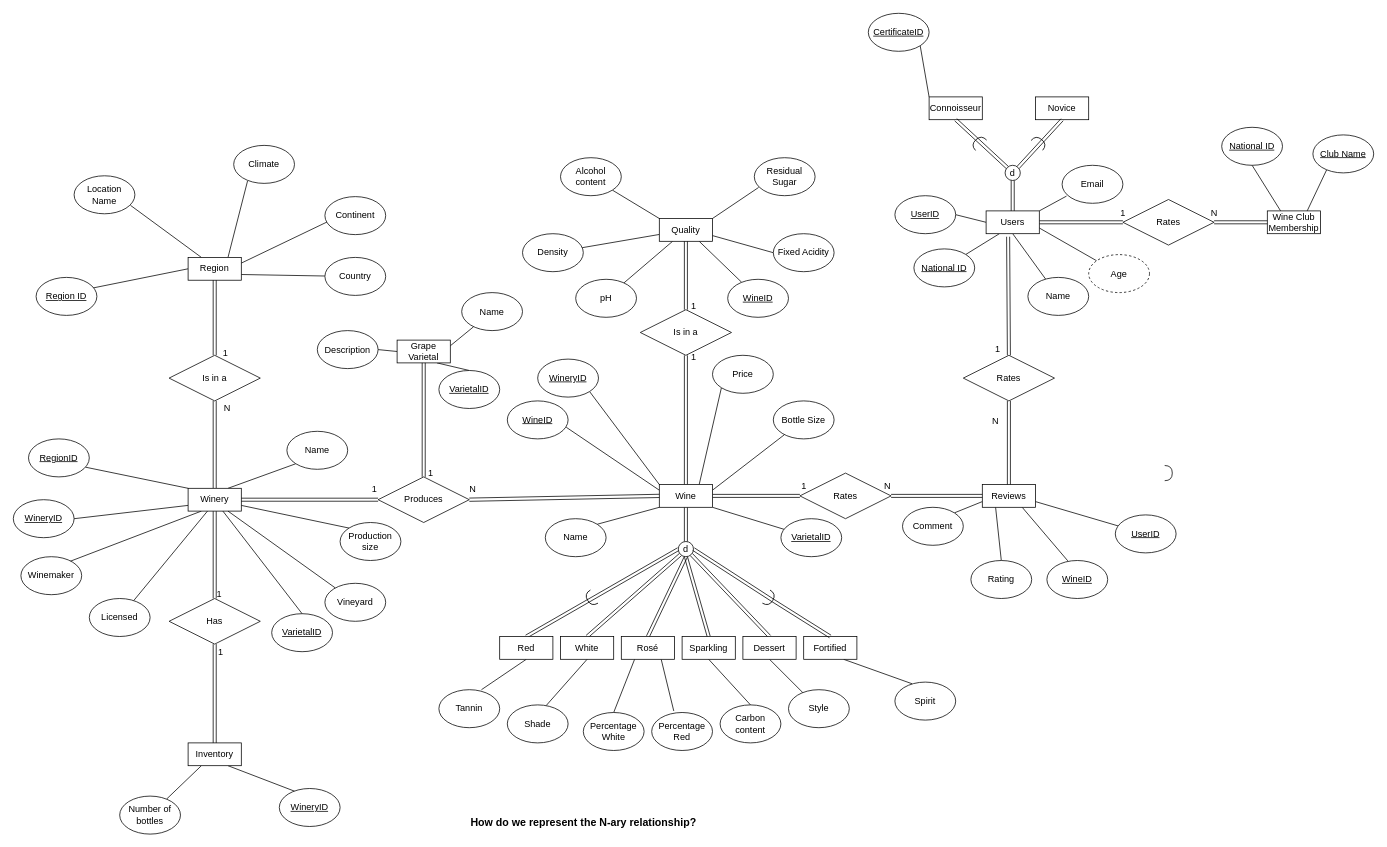
Rethakgetse-Manaka/Wine-Registry keeps this draw.io diagram as Final EER.drawio. Above is the earlier version. Source tidied: cells renumbered, new cells numbered last; positions are measured from the earlier drawing's top-left corner, leaving out a move shared by most shapes. Both pictures are drawn from the tidied source at 76%, with x=0, y=0 at pixel (13, 13).
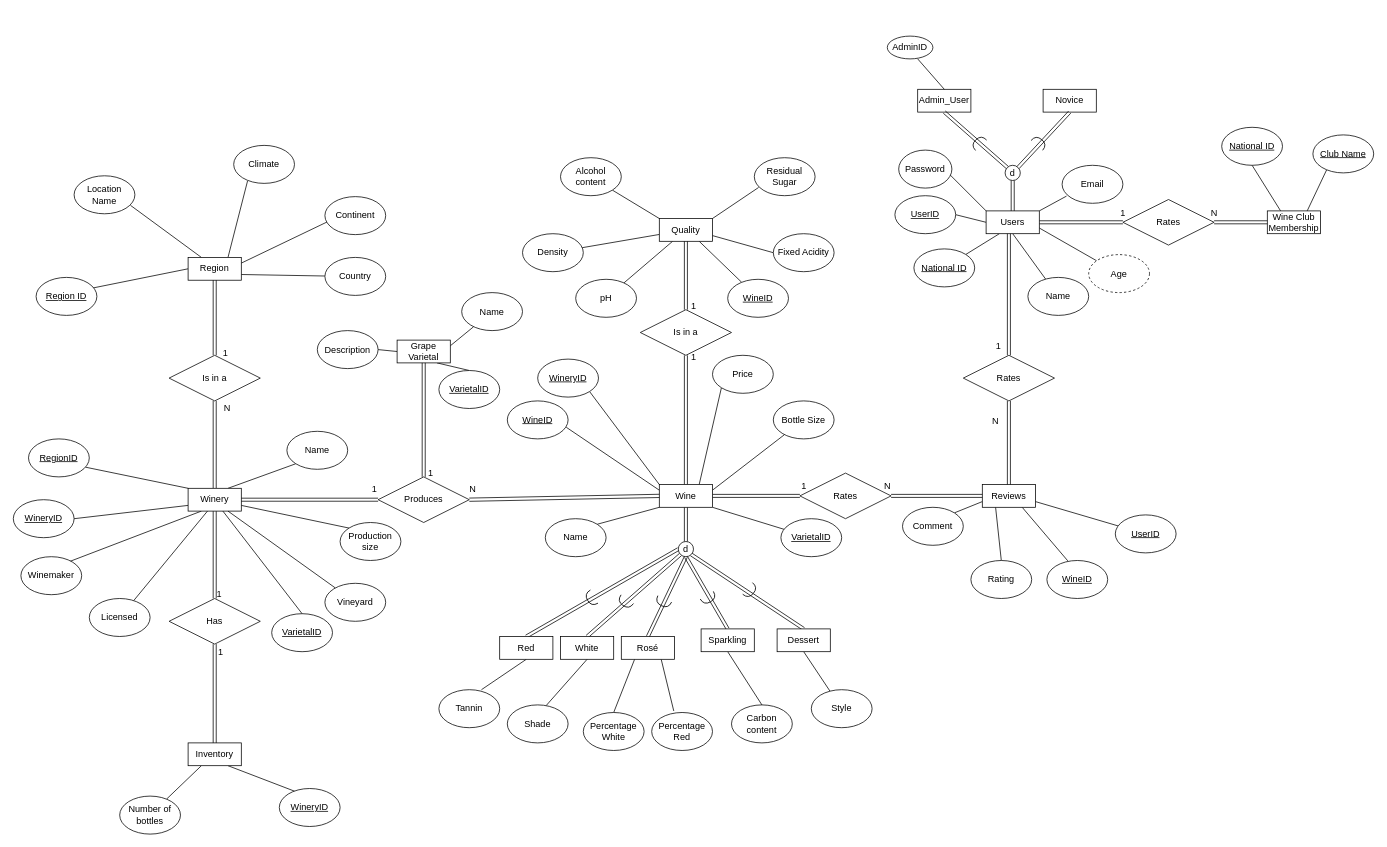
The same page after the edit.

The change refers to these unchanged cells:
```xml
<mxCell id="8" value="Users" style="rounded=0;whiteSpace=wrap;html=1;" parent="1" vertex="1">
  <mxGeometry x="1280" y="260" width="70" height="30" as="geometry" />
</mxCell>
<mxCell id="128" value="Rates" style="shape=rhombus;perimeter=rhombusPerimeter;whiteSpace=wrap;html=1;align=center;" parent="1" vertex="1">
  <mxGeometry x="1250" y="450" width="120" height="60" as="geometry" />
</mxCell>
<mxCell id="167" value="d" style="ellipse;whiteSpace=wrap;html=1;" parent="1" vertex="1">
  <mxGeometry x="875" y="695" width="20" height="20" as="geometry" />
</mxCell>
```

Diff of the diagram source:
```diff
@@
-    <mxCell id="11" style="edgeStyle=none;rounded=0;jettySize=auto;html=1;exitX=0;exitY=0;exitDx=0;exitDy=0;entryX=1;entryY=1;entryDx=0;entryDy=0;endArrow=none;endFill=0;" parent="1" edge="1" source="12" target="89">
-      <mxGeometry relative="1" as="geometry" />
-    </mxCell>
-    <mxCell id="12" value="Connoisseur" style="rounded=0;whiteSpace=wrap;html=1;" parent="1" vertex="1">
-      <mxGeometry x="1205" y="110" width="70" height="30" as="geometry" />
+    <mxCell id="12" value="Admin_User" style="rounded=0;whiteSpace=wrap;html=1;" parent="1" vertex="1">
+      <mxGeometry x="1190" y="100" width="70" height="30" as="geometry" />
     </mxCell>
     <mxCell id="13" value="Novice" style="rounded=0;whiteSpace=wrap;html=1;" parent="1" vertex="1">
-      <mxGeometry x="1345" y="110" width="70" height="30" as="geometry" />
+      <mxGeometry x="1355" y="100" width="70" height="30" as="geometry" />
     </mxCell>
@@
     <mxCell id="55" value="Dessert" style="rounded=0;whiteSpace=wrap;html=1;" parent="1" vertex="1">
-      <mxGeometry x="960" y="820" width="70" height="30" as="geometry" />
+      <mxGeometry x="1005" y="810" width="70" height="30" as="geometry" />
     </mxCell>
-    <mxCell id="56" style="edgeStyle=none;rounded=0;jettySize=auto;html=1;exitX=0.75;exitY=1;exitDx=0;exitDy=0;entryX=0.281;entryY=0.043;entryDx=0;entryDy=0;entryPerimeter=0;endArrow=none;endFill=0;" parent="1" edge="1" source="57" target="107">
-      <mxGeometry relative="1" as="geometry" />
-    </mxCell>
-    <mxCell id="57" value="Fortified" style="rounded=0;whiteSpace=wrap;html=1;" parent="1" vertex="1">
-      <mxGeometry x="1040" y="820" width="70" height="30" as="geometry" />
-    </mxCell>
@@
     <mxCell id="67" value="Sparkling" style="rounded=0;whiteSpace=wrap;html=1;" parent="1" vertex="1">
-      <mxGeometry x="880" y="820" width="70" height="30" as="geometry" />
+      <mxGeometry x="905" y="810" width="70" height="30" as="geometry" />
     </mxCell>
@@
-    <mxCell id="89" value="&lt;span class=&quot;custom-cursor-default-hover&quot;&gt;&lt;u&gt;CertificateID&lt;/u&gt;&lt;/span&gt;" style="ellipse;whiteSpace=wrap;html=1;" parent="1" vertex="1">
-      <mxGeometry x="1125" width="80" height="50" as="geometry" />
-    </mxCell>
@@
     <mxCell id="106" value="&lt;span class=&quot;custom-cursor-default-hover&quot;&gt;Style&lt;/span&gt;" style="ellipse;whiteSpace=wrap;html=1;" parent="1" vertex="1">
-      <mxGeometry x="1020" y="890" width="80" height="50" as="geometry" />
+      <mxGeometry x="1050" y="890" width="80" height="50" as="geometry" />
     </mxCell>
-    <mxCell id="107" value="&lt;span class=&quot;custom-cursor-default-hover&quot;&gt;Spirit&lt;/span&gt;" style="ellipse;whiteSpace=wrap;html=1;" parent="1" vertex="1">
-      <mxGeometry x="1160" y="880" width="80" height="50" as="geometry" />
-    </mxCell>
@@
-    <mxCell id="129" style="shape=link;html=1;rounded=0;exitX=0.5;exitY=0;exitDx=0;exitDy=0;entryX=0.414;entryY=1.133;entryDx=0;entryDy=0;entryPerimeter=0;" parent="1" edge="1" source="128" target="8">
-      <mxGeometry relative="1" as="geometry" />
+    <mxCell id="129" style="shape=link;html=1;rounded=0;exitX=0.5;exitY=0;exitDx=0;exitDy=0;" parent="1" edge="1" source="128">
+      <mxGeometry relative="1" as="geometry">
+        <mxPoint x="1310" y="290" as="targetPoint" />
+      </mxGeometry>
     </mxCell>
@@
-    <mxCell id="143" value="&lt;font size=&quot;1&quot; style=&quot;&quot;&gt;&lt;b class=&quot;custom-cursor-default-hover&quot; style=&quot;font-size: 14px;&quot;&gt;How do we represent the N-ary relationship?&lt;/b&gt;&lt;/font&gt;" style="text;html=1;align=center;verticalAlign=middle;strokeColor=none;fillColor=none;strokeWidth=1;" parent="1" vertex="1">
-      <mxGeometry x="590" y="1050" width="320" height="30" as="geometry" />
-    </mxCell>
@@
     <mxCell id="164" value="&lt;span class=&quot;custom-cursor-default-hover&quot;&gt;Carbon content&lt;/span&gt;" style="ellipse;whiteSpace=wrap;html=1;" parent="1" vertex="1">
-      <mxGeometry x="930" y="910" width="80" height="50" as="geometry" />
+      <mxGeometry x="945" y="910" width="80" height="50" as="geometry" />
     </mxCell>
@@
-    <mxCell id="169" style="edgeStyle=none;rounded=0;jettySize=auto;html=1;exitX=1;exitY=0.5;exitDx=0;exitDy=0;exitPerimeter=0;entryX=0.5;entryY=0;entryDx=0;entryDy=0;shape=link;" parent="1" edge="1" source="171" target="57">
-      <mxGeometry relative="1" as="geometry" />
-    </mxCell>
-    <mxCell id="170" style="edgeStyle=none;rounded=0;jettySize=auto;html=1;exitX=1;exitY=0.5;exitDx=0;exitDy=0;exitPerimeter=0;entryX=1;entryY=0.5;entryDx=0;entryDy=0;shape=link;" parent="1" edge="1" source="171" target="167">
-      <mxGeometry relative="1" as="geometry" />
-    </mxCell>
-    <mxCell id="171" style="shape=requiredInterface;html=1;verticalLabelPosition=bottom;sketch=0;rotation=30;" parent="1" vertex="1">
-      <mxGeometry x="990" y="760" width="10" height="20" as="geometry" />
+    <mxCell id="171" style="shape=requiredInterface;html=1;verticalLabelPosition=bottom;sketch=0;rotation=40;" parent="1" vertex="1">
+      <mxGeometry x="965" y="750" width="10" height="20" as="geometry" />
     </mxCell>
-    <mxCell id="172" style="shape=requiredInterface;html=1;verticalLabelPosition=bottom;sketch=0;" parent="1" vertex="1">
-      <mxGeometry x="1515" y="595" width="10" height="20" as="geometry" />
-    </mxCell>
+    <mxCell id="173" style="endArrow=none;html=1;rounded=0;exitX=0;exitY=0;exitDx=0;exitDy=0;" parent="1" edge="1" source="8">
+      <mxGeometry relative="1" as="geometry">
+        <mxPoint x="1230" y="210" as="targetPoint" />
+      </mxGeometry>
+    </mxCell>
+    <mxCell id="174" value="Password" style="ellipse;whiteSpace=wrap;html=1;" parent="1" vertex="1">
+      <mxGeometry x="1165" y="180" width="70" height="50" as="geometry" />
+    </mxCell>
+    <mxCell id="175" style="shape=requiredInterface;html=1;verticalLabelPosition=bottom;sketch=0;rotation=60;" parent="1" vertex="1">
+      <mxGeometry x="910" y="760" width="10" height="20" as="geometry" />
+    </mxCell>
+    <mxCell id="176" style="shape=requiredInterface;html=1;verticalLabelPosition=bottom;sketch=0;rotation=115;" parent="1" vertex="1">
+      <mxGeometry x="850" y="765" width="10" height="20" as="geometry" />
+    </mxCell>
+    <mxCell id="177" style="shape=requiredInterface;html=1;verticalLabelPosition=bottom;sketch=0;rotation=125;" parent="1" vertex="1">
+      <mxGeometry x="800" y="765" width="10" height="20" as="geometry" />
+    </mxCell>
+    <mxCell id="178" value="AdminID" style="ellipse;whiteSpace=wrap;html=1;" parent="1" vertex="1">
+      <mxGeometry x="1150" y="30" width="60" height="30" as="geometry" />
+    </mxCell>
+    <mxCell id="179" style="endArrow=none;html=1;rounded=0;exitX=0.5;exitY=0;exitDx=0;exitDy=0;" parent="1" edge="1" source="12">
+      <mxGeometry relative="1" as="geometry">
+        <mxPoint x="1190" y="60" as="targetPoint" />
+      </mxGeometry>
+    </mxCell>
```
